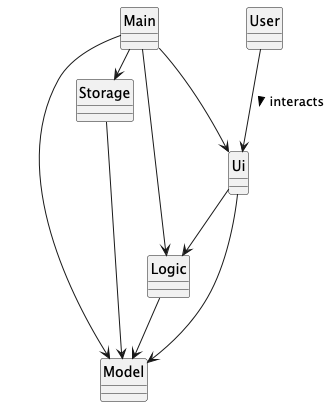
The PlantUML diagram docs/uml/architecture.png in je-nnyt/tp, before a commit.
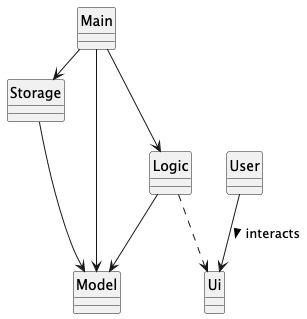
The same diagram one commit later.

Change to the diagram source:
```diff
@@ -17,15 +17,13 @@
 
 User --> Ui : interacts >
 
-Ui -> Model
-Ui --> Logic
 
 Main --> Model
 Main --> Logic
 Main -> Storage
-Main --> Ui
 
 Storage -> Model
 
 Logic --> Model
+Logic ..> Ui
 @enduml
```
